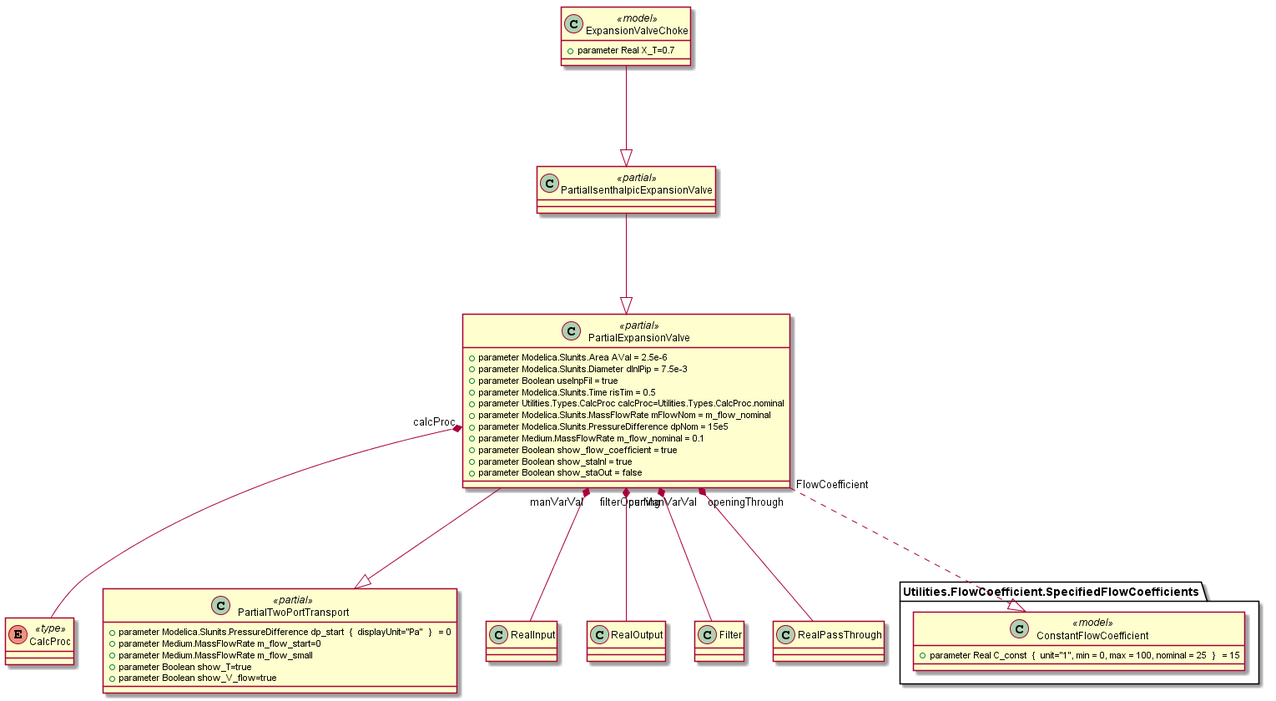
The PlantUML diagram Automated_Documentation/UML_Diagram/Java_Klassen/Gesamt/Ventil2.png in RWTH-EBC/ADoCSM, before a commit. Source of this version:
```plantuml
@startuml




 Class PartialExpansionValve << partial >>  {
 + parameter Modelica.SIunits.Area AVal = 2.5e-6
 + parameter Modelica.SIunits.Diameter dInlPip = 7.5e-3
 + parameter Boolean useInpFil = true
 + parameter Modelica.SIunits.Time risTim = 0.5
 + parameter Utilities.Types.CalcProc calcProc=Utilities.Types.CalcProc.nominal
 + parameter Modelica.SIunits.MassFlowRate mFlowNom = m_flow_nominal
 + parameter Modelica.SIunits.PressureDifference dpNom = 15e5
 + parameter Medium.MassFlowRate m_flow_nominal = 0.1
 + parameter Boolean show_flow_coefficient = true
 + parameter Boolean show_staInl = true
 + parameter Boolean show_staOut = false
}












 Class PartialIsenthalpicExpansionValve << partial >>  {
}






Class ExpansionValveChoke << model >>  {
 + parameter Real X_T=0.7
}






package Utilities.FlowCoefficient.SpecifiedFlowCoefficients{

Class ConstantFlowCoefficient << model >>  {
 + parameter Real C_const  {  unit="1", min = 0, max = 100, nominal = 25  }   = 15
}
}






enum     CalcProc << type >> {
}





 Class PartialTwoPortTransport << partial >>  {
 + parameter Modelica.SIunits.PressureDifference dp_start  {  displayUnit="Pa"  }   = 0
 + parameter Medium.MassFlowRate m_flow_start=0
 + parameter Medium.MassFlowRate m_flow_small
 + parameter Boolean show_T=true
 + parameter Boolean show_V_flow=true
}



CalcProc -down--* "calcProc"PartialExpansionValve


ConstantFlowCoefficient <|..-up "FlowCoefficient"PartialExpansionValve


PartialTwoPortTransport <|---up PartialExpansionValve


RealInput -down--* "manVarVal"PartialExpansionValve


RealOutput -down--* "curManVarVal"PartialExpansionValve


Filter -down--* "filterOpening"PartialExpansionValve


RealPassThrough -down--* "openingThrough"PartialExpansionValve


PartialExpansionValve <|---up PartialIsenthalpicExpansionValve


PartialIsenthalpicExpansionValve <|---up ExpansionValveChoke





 @enduml
```
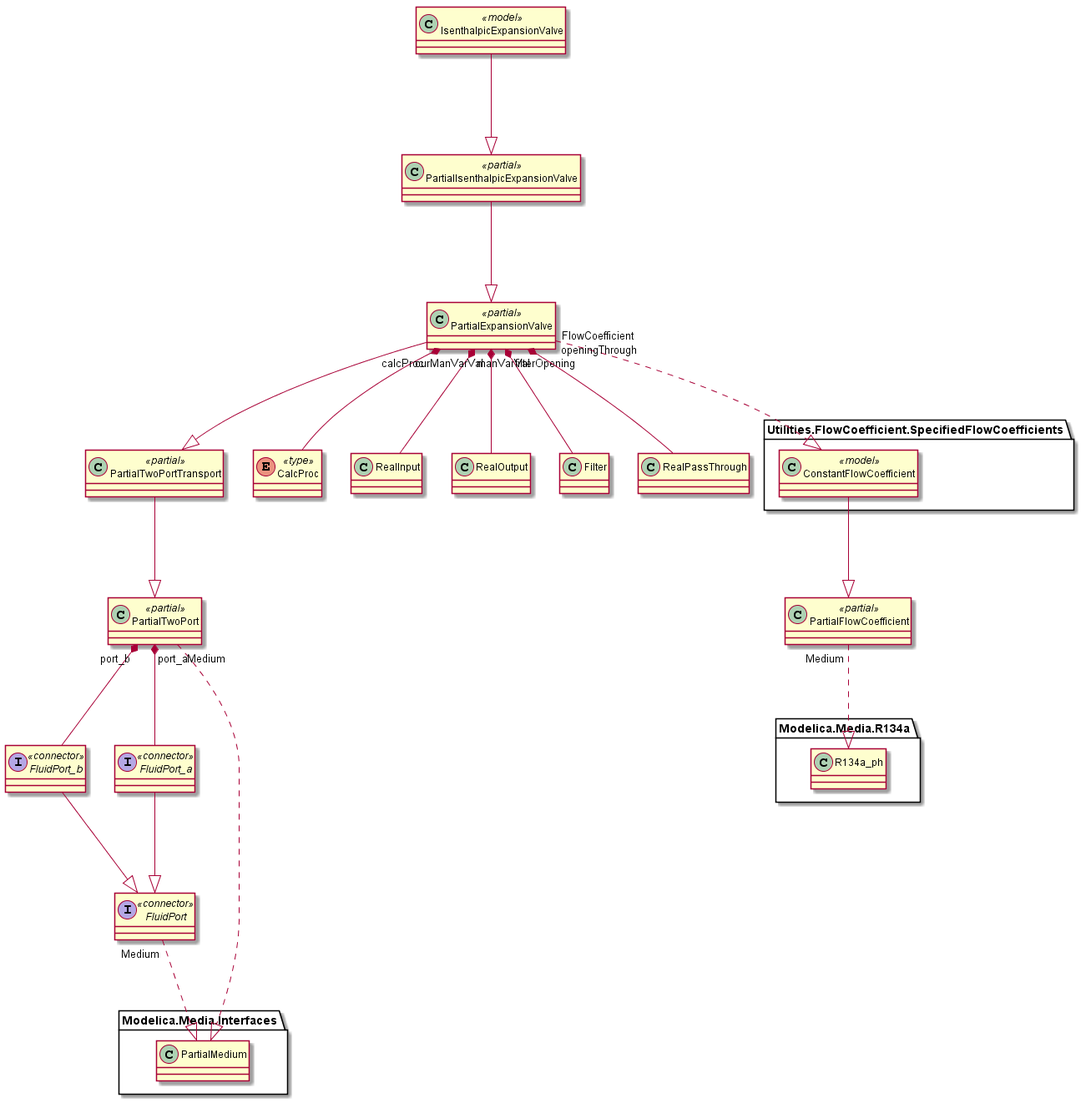
Later version of the same file.

Change to the diagram source:
```diff
@@ -3,18 +3,15 @@
 
 
 
+ Class PartialFlowCoefficient << partial >>  {
+}
+
+
+
+
+
+
  Class PartialExpansionValve << partial >>  {
- + parameter Modelica.SIunits.Area AVal = 2.5e-6
- + parameter Modelica.SIunits.Diameter dInlPip = 7.5e-3
- + parameter Boolean useInpFil = true
- + parameter Modelica.SIunits.Time risTim = 0.5
- + parameter Utilities.Types.CalcProc calcProc=Utilities.Types.CalcProc.nominal
- + parameter Modelica.SIunits.MassFlowRate mFlowNom = m_flow_nominal
- + parameter Modelica.SIunits.PressureDifference dpNom = 15e5
- + parameter Medium.MassFlowRate m_flow_nominal = 0.1
- + parameter Boolean show_flow_coefficient = true
- + parameter Boolean show_staInl = true
- + parameter Boolean show_staOut = false
 }
 
 
@@ -36,20 +33,7 @@
 
 
 
-Class ExpansionValveChoke << model >>  {
- + parameter Real X_T=0.7
-}
-
-
-
-
-
-
-package Utilities.FlowCoefficient.SpecifiedFlowCoefficients{
-
-Class ConstantFlowCoefficient << model >>  {
- + parameter Real C_const  {  unit="1", min = 0, max = 100, nominal = 25  }   = 15
-}
+Class IsenthalpicExpansionValve << model >>  {
 }
 
 
@@ -64,14 +48,57 @@
 
 
 
- Class PartialTwoPortTransport << partial >>  {
- + parameter Modelica.SIunits.PressureDifference dp_start  {  displayUnit="Pa"  }   = 0
- + parameter Medium.MassFlowRate m_flow_start=0
- + parameter Medium.MassFlowRate m_flow_small
- + parameter Boolean show_T=true
- + parameter Boolean show_V_flow=true
+package Utilities.FlowCoefficient.SpecifiedFlowCoefficients{
+
+Class ConstantFlowCoefficient << model >>  {
+}
 }
 
+
+
+
+
+
+ Class PartialTwoPort << partial >>  {
+}
+
+
+
+
+
+
+
+
+ Class PartialTwoPortTransport << partial >>  {
+}
+
+
+
+
+
+
+
+interface FluidPort << connector >>  {
+}
+
+
+
+
+
+interface FluidPort_a << connector >>  {
+}
+
+
+
+
+
+
+interface FluidPort_b << connector >>  {
+}
+
+
+
+Modelica.Media.R134a.R134a_ph <|..-up "Medium"PartialFlowCoefficient
 
 
 CalcProc -down--* "calcProc"PartialExpansionValve
@@ -98,10 +125,31 @@
 PartialExpansionValve <|---up PartialIsenthalpicExpansionValve
 
 
-PartialIsenthalpicExpansionValve <|---up ExpansionValveChoke
+PartialIsenthalpicExpansionValve <|---up IsenthalpicExpansionValve
 
 
+PartialFlowCoefficient <|---up ConstantFlowCoefficient
 
+
+Modelica.Media.Interfaces.PartialMedium <|..-up "Medium"PartialTwoPort
+
+
+FluidPort_a -down--* "port_a"PartialTwoPort
+
+
+FluidPort_b -down--* "port_b"PartialTwoPort
+
+
+PartialTwoPort <|---up PartialTwoPortTransport
+
+
+Modelica.Media.Interfaces.PartialMedium <|..-up "Medium"FluidPort
+
+
+FluidPort <|---up FluidPort_a
+
+
+FluidPort <|---up FluidPort_b
 
 
  @enduml
```
